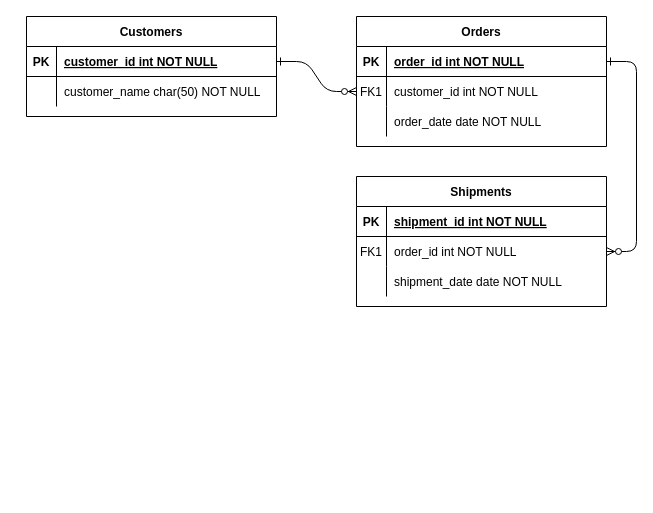
Above: Untitled Diagram.drawio in VadimBurdukov/itconstruct (draw.io), before the change. Source tidied: cells renumbered, new cells numbered last; positions are measured from the earlier drawing's top-left corner, leaving out a move shared by most shapes. Both pictures are drawn from the tidied source at 100%, with x=0, y=0 at pixel (26, 16).
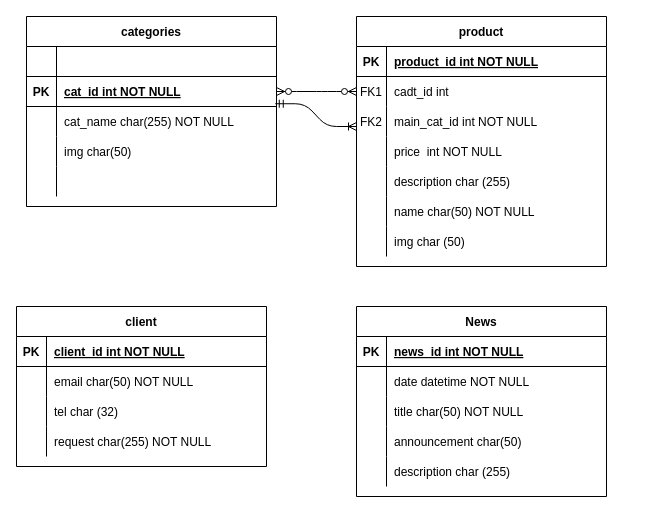
After the change.

Unchanged cells that the change refers to:
```xml
<mxCell id="5" style="shape=partialRectangle;fillColor=none;points=[[0,0.5],[1,0.5]];portConstraint=eastwest;top=0;left=0;right=0;bottom=1;" parent="4" vertex="1">
  <mxGeometry y="30" width="250" height="30" as="geometry" />
</mxCell>
<mxCell id="8" style="shape=partialRectangle;fillColor=none;points=[[0,0.5],[1,0.5]];portConstraint=eastwest;top=0;left=0;right=0;bottom=0;" parent="4" vertex="1">
  <mxGeometry y="60" width="250" height="30" as="geometry" />
</mxCell>
<mxCell id="11" style="shape=partialRectangle;fillColor=none;top=0;left=0;right=0;bottom=0;" parent="4" vertex="1">
  <mxGeometry y="90" width="250" height="30" as="geometry" />
</mxCell>
<mxCell id="15" style="shape=partialRectangle;fillColor=none;top=0;left=0;right=0;bottom=1;" parent="14" vertex="1">
  <mxGeometry y="30" width="250" height="30" as="geometry" />
</mxCell>
<mxCell id="18" style="shape=partialRectangle;fillColor=none;points=[[0,0.5],[1,0.5]];portConstraint=eastwest;top=0;left=0;right=0;bottom=0;" parent="14" vertex="1">
  <mxGeometry y="60" width="250" height="30" as="geometry" />
</mxCell>
<mxCell id="21" style="shape=partialRectangle;fillColor=none;top=0;left=0;right=0;bottom=0;" parent="14" vertex="1">
  <mxGeometry y="90" width="250" height="30" as="geometry" />
</mxCell>
```

Diff of the diagram source:
```diff
@@
-    <mxCell id="2" style="edgeStyle=entityRelationEdgeStyle;endArrow=ERzeroToMany;startArrow=ERone;endFill=1;startFill=0;" parent="1" edge="1" source="25" target="8">
-      <mxGeometry relative="1" as="geometry" />
-    </mxCell>
-    <mxCell id="3" style="edgeStyle=entityRelationEdgeStyle;endArrow=ERzeroToMany;startArrow=ERone;endFill=1;startFill=0;" parent="1" edge="1" source="5" target="18">
-      <mxGeometry relative="1" as="geometry" />
-    </mxCell>
-    <mxCell id="4" value="Orders" style="shape=table;startSize=30;childLayout=tableLayout;rowLines=0;fontStyle=1;align=center;" parent="1" vertex="1">
-      <mxGeometry x="330" width="250" height="130" as="geometry" />
+    <mxCell id="4" value="product" style="shape=table;startSize=30;childLayout=tableLayout;rowLines=0;fontStyle=1;align=center;" parent="1" vertex="1">
+      <mxGeometry x="330" width="250" height="250" as="geometry" />
     </mxCell>
@@
-    <mxCell id="7" value="order_id int NOT NULL " style="shape=partialRectangle;overflow=hidden;fillColor=none;top=0;left=0;bottom=0;right=0;align=left;spacingLeft=6;fontStyle=5;" parent="5" vertex="1">
+    <mxCell id="7" value="product_id int NOT NULL " style="shape=partialRectangle;overflow=hidden;fillColor=none;top=0;left=0;bottom=0;right=0;align=left;spacingLeft=6;fontStyle=5;" parent="5" vertex="1">
       <mxGeometry x="30" width="220" height="30" as="geometry" />
     </mxCell>
@@
-    <mxCell id="10" value="customer_id int NOT NULL" style="shape=partialRectangle;overflow=hidden;fillColor=none;top=0;left=0;bottom=0;right=0;align=left;spacingLeft=6;" parent="8" vertex="1">
+    <mxCell id="10" value="cadt_id int " style="shape=partialRectangle;overflow=hidden;fillColor=none;top=0;left=0;bottom=0;right=0;align=left;spacingLeft=6;" parent="8" vertex="1">
       <mxGeometry x="30" width="220" height="30" as="geometry" />
     </mxCell>
@@
-    <mxCell id="12" style="shape=partialRectangle;overflow=hidden;fillColor=none;top=0;left=0;bottom=0;right=0;" parent="11" vertex="1">
+    <mxCell id="12" value="FK2" style="shape=partialRectangle;overflow=hidden;fillColor=none;top=0;left=0;bottom=0;right=0;" parent="11" vertex="1">
       <mxGeometry width="30" height="30" as="geometry" />
     </mxCell>
-    <mxCell id="13" value="order_date date NOT NULL" style="shape=partialRectangle;overflow=hidden;fillColor=none;top=0;left=0;bottom=0;right=0;align=left;spacingLeft=6;" parent="11" vertex="1">
+    <mxCell id="13" value="main_cat_id int NOT NULL" style="shape=partialRectangle;overflow=hidden;fillColor=none;top=0;left=0;bottom=0;right=0;align=left;spacingLeft=6;" parent="11" vertex="1">
       <mxGeometry x="30" width="220" height="30" as="geometry" />
     </mxCell>
+    <mxCell id="31" style="shape=partialRectangle;fillColor=none;top=0;left=0;right=0;bottom=0;" parent="4" vertex="1">
+      <mxGeometry y="120" width="250" height="30" as="geometry" />
+    </mxCell>
+    <mxCell id="32" style="shape=partialRectangle;overflow=hidden;fillColor=none;top=0;left=0;bottom=0;right=0;" parent="31" vertex="1">
+      <mxGeometry width="30" height="30" as="geometry" />
+    </mxCell>
+    <mxCell id="33" value="price  int NOT NULL" style="shape=partialRectangle;overflow=hidden;fillColor=none;top=0;left=0;bottom=0;right=0;align=left;spacingLeft=6;" parent="31" vertex="1">
+      <mxGeometry x="30" width="220" height="30" as="geometry" />
+    </mxCell>
+    <mxCell id="34" style="shape=partialRectangle;fillColor=none;top=0;left=0;right=0;bottom=0;" parent="4" vertex="1">
+      <mxGeometry y="150" width="250" height="30" as="geometry" />
+    </mxCell>
+    <mxCell id="35" style="shape=partialRectangle;overflow=hidden;fillColor=none;top=0;left=0;bottom=0;right=0;" parent="34" vertex="1">
+      <mxGeometry width="30" height="30" as="geometry" />
+    </mxCell>
+    <mxCell id="36" value="description char (255)" style="shape=partialRectangle;overflow=hidden;fillColor=none;top=0;left=0;bottom=0;right=0;align=left;spacingLeft=6;" parent="34" vertex="1">
+      <mxGeometry x="30" width="220" height="30" as="geometry" />
+    </mxCell>
+    <mxCell id="37" style="shape=partialRectangle;fillColor=none;top=0;left=0;right=0;bottom=0;" parent="4" vertex="1">
+      <mxGeometry y="180" width="250" height="30" as="geometry" />
+    </mxCell>
+    <mxCell id="38" style="shape=partialRectangle;overflow=hidden;fillColor=none;top=0;left=0;bottom=0;right=0;" parent="37" vertex="1">
+      <mxGeometry width="30" height="30" as="geometry" />
+    </mxCell>
+    <mxCell id="39" value="name char(50) NOT NULL" style="shape=partialRectangle;overflow=hidden;fillColor=none;top=0;left=0;bottom=0;right=0;align=left;spacingLeft=6;" parent="37" vertex="1">
+      <mxGeometry x="30" width="220" height="30" as="geometry" />
+    </mxCell>
+    <mxCell id="40" style="shape=partialRectangle;fillColor=none;top=0;left=0;right=0;bottom=0;" parent="4" vertex="1">
+      <mxGeometry y="210" width="250" height="30" as="geometry" />
+    </mxCell>
+    <mxCell id="41" style="shape=partialRectangle;overflow=hidden;fillColor=none;top=0;left=0;bottom=0;right=0;" parent="40" vertex="1">
+      <mxGeometry width="30" height="30" as="geometry" />
+    </mxCell>
+    <mxCell id="42" value="img char (50)" style="shape=partialRectangle;overflow=hidden;fillColor=none;top=0;left=0;bottom=0;right=0;align=left;spacingLeft=6;" parent="40" vertex="1">
+      <mxGeometry x="30" width="220" height="30" as="geometry" />
+    </mxCell>
+    <mxCell id="24" value="categories" style="shape=table;startSize=30;childLayout=tableLayout;rowLines=0;fontStyle=1;align=center;" parent="1" vertex="1">
+      <mxGeometry width="250" height="190" as="geometry" />
+    </mxCell>
+    <mxCell id="43" style="shape=partialRectangle;fillColor=none;top=0;left=0;right=0;bottom=1;" parent="24" vertex="1">
+      <mxGeometry y="30" width="250" height="30" as="geometry" />
+    </mxCell>
+    <mxCell id="44" style="shape=partialRectangle;overflow=hidden;fillColor=none;top=0;left=0;bottom=0;right=0;fontStyle=1;" parent="43" vertex="1">
+      <mxGeometry width="30" height="30" as="geometry" />
+    </mxCell>
+    <mxCell id="45" style="shape=partialRectangle;overflow=hidden;fillColor=none;top=0;left=0;bottom=0;right=0;align=left;spacingLeft=6;fontStyle=5;" parent="43" vertex="1">
+      <mxGeometry x="30" width="220" height="30" as="geometry" />
+    </mxCell>
+    <mxCell id="25" style="shape=partialRectangle;fillColor=none;points=[[0,0.5],[1,0.5]];portConstraint=eastwest;top=0;left=0;right=0;bottom=1;" parent="24" vertex="1">
+      <mxGeometry y="60" width="250" height="30" as="geometry" />
+    </mxCell>
+    <mxCell id="26" value="PK" style="shape=partialRectangle;overflow=hidden;fillColor=none;top=0;left=0;bottom=0;right=0;fontStyle=1;" parent="25" vertex="1">
+      <mxGeometry width="30" height="30" as="geometry" />
+    </mxCell>
+    <mxCell id="27" value="cat_id int NOT NULL " style="shape=partialRectangle;overflow=hidden;fillColor=none;top=0;left=0;bottom=0;right=0;align=left;spacingLeft=6;fontStyle=5;" parent="25" vertex="1">
+      <mxGeometry x="30" width="220" height="30" as="geometry" />
+    </mxCell>
+    <mxCell id="28" style="shape=partialRectangle;fillColor=none;points=[[0,0.5],[1,0.5]];portConstraint=eastwest;top=0;left=0;right=0;bottom=0;" parent="24" vertex="1">
+      <mxGeometry y="90" width="250" height="30" as="geometry" />
+    </mxCell>
+    <mxCell id="29" style="shape=partialRectangle;overflow=hidden;fillColor=none;top=0;left=0;bottom=0;right=0;" parent="28" vertex="1">
+      <mxGeometry width="30" height="30" as="geometry" />
+    </mxCell>
+    <mxCell id="30" value="cat_name char(255) NOT NULL" style="shape=partialRectangle;overflow=hidden;fillColor=none;top=0;left=0;bottom=0;right=0;align=left;spacingLeft=6;" parent="28" vertex="1">
+      <mxGeometry x="30" width="220" height="30" as="geometry" />
+    </mxCell>
+    <mxCell id="46" style="shape=partialRectangle;fillColor=none;top=0;left=0;right=0;bottom=0;" parent="24" vertex="1">
+      <mxGeometry y="120" width="250" height="30" as="geometry" />
+    </mxCell>
+    <mxCell id="47" style="shape=partialRectangle;overflow=hidden;fillColor=none;top=0;left=0;bottom=0;right=0;" parent="46" vertex="1">
+      <mxGeometry width="30" height="30" as="geometry" />
+    </mxCell>
+    <mxCell id="48" value="img char(50)" style="shape=partialRectangle;overflow=hidden;fillColor=none;top=0;left=0;bottom=0;right=0;align=left;spacingLeft=6;" parent="46" vertex="1">
+      <mxGeometry x="30" width="220" height="30" as="geometry" />
+    </mxCell>
+    <mxCell id="49" style="shape=partialRectangle;fillColor=none;top=0;left=0;right=0;bottom=0;" parent="24" vertex="1">
+      <mxGeometry y="150" width="250" height="30" as="geometry" />
+    </mxCell>
+    <mxCell id="50" style="shape=partialRectangle;overflow=hidden;fillColor=none;top=0;left=0;bottom=0;right=0;" parent="49" vertex="1">
+      <mxGeometry width="30" height="30" as="geometry" />
+    </mxCell>
+    <mxCell id="51" style="shape=partialRectangle;overflow=hidden;fillColor=none;top=0;left=0;bottom=0;right=0;align=left;spacingLeft=6;" parent="49" vertex="1">
+      <mxGeometry x="30" width="220" height="30" as="geometry" />
+    </mxCell>
+    <mxCell id="2" style="edgeStyle=entityRelationEdgeStyle;fontSize=12;html=1;endArrow=ERzeroToMany;endFill=1;startArrow=ERzeroToMany;entryX=0;entryY=0.5;entryDx=0;entryDy=0;exitX=1;exitY=0.5;exitDx=0;exitDy=0;" parent="1" edge="1" source="25" target="8">
+      <mxGeometry relative="1" as="geometry" />
+    </mxCell>
+    <mxCell id="52" style="edgeStyle=entityRelationEdgeStyle;fontSize=12;html=1;endArrow=ERoneToMany;startArrow=ERmandOne;exitX=0.995;exitY=-0.092;exitDx=0;exitDy=0;exitPerimeter=0;" parent="1" edge="1" source="28">
+      <mxGeometry relative="1" as="geometry">
+        <mxPoint x="330" y="110" as="targetPoint" />
+      </mxGeometry>
+    </mxCell>
-    <mxCell id="14" value="Shipments" style="shape=table;startSize=30;childLayout=tableLayout;rowLines=0;fontStyle=1;align=center;" parent="1" vertex="1">
-      <mxGeometry x="330" y="160" width="250" height="130" as="geometry" />
+    <mxCell id="14" value="News" style="shape=table;startSize=30;childLayout=tableLayout;rowLines=0;fontStyle=1;align=center;" parent="1" vertex="1">
+      <mxGeometry x="330" y="290" width="250" height="190" as="geometry" />
     </mxCell>
@@
-    <mxCell id="17" value="shipment_id int NOT NULL " style="shape=partialRectangle;overflow=hidden;fillColor=none;top=0;left=0;bottom=0;right=0;align=left;spacingLeft=6;fontStyle=5;" parent="15" vertex="1">
+    <mxCell id="17" value="news_id int NOT NULL " style="shape=partialRectangle;overflow=hidden;fillColor=none;top=0;left=0;bottom=0;right=0;align=left;spacingLeft=6;fontStyle=5;" parent="15" vertex="1">
       <mxGeometry x="30" width="220" height="30" as="geometry" />
     </mxCell>
@@
-    <mxCell id="19" value="FK1" style="shape=partialRectangle;overflow=hidden;fillColor=none;top=0;left=0;bottom=0;right=0;" parent="18" vertex="1">
+    <mxCell id="19" style="shape=partialRectangle;overflow=hidden;fillColor=none;top=0;left=0;bottom=0;right=0;" parent="18" vertex="1">
       <mxGeometry width="30" height="30" as="geometry" />
     </mxCell>
-    <mxCell id="20" value="order_id int NOT NULL" style="shape=partialRectangle;overflow=hidden;fillColor=none;top=0;left=0;bottom=0;right=0;align=left;spacingLeft=6;" parent="18" vertex="1">
+    <mxCell id="20" value="date datetime NOT NULL" style="shape=partialRectangle;overflow=hidden;fillColor=none;top=0;left=0;bottom=0;right=0;align=left;spacingLeft=6;" parent="18" vertex="1">
       <mxGeometry x="30" width="220" height="30" as="geometry" />
     </mxCell>
@@
-    <mxCell id="23" value="shipment_date date NOT NULL" style="shape=partialRectangle;overflow=hidden;fillColor=none;top=0;left=0;bottom=0;right=0;align=left;spacingLeft=6;" parent="21" vertex="1">
+    <mxCell id="23" value="title char(50) NOT NULL" style="shape=partialRectangle;overflow=hidden;fillColor=none;top=0;left=0;bottom=0;right=0;align=left;spacingLeft=6;" parent="21" vertex="1">
       <mxGeometry x="30" width="220" height="30" as="geometry" />
     </mxCell>
-    <mxCell id="24" value="Customers" style="shape=table;startSize=30;childLayout=tableLayout;rowLines=0;fontStyle=1;align=center;" parent="1" vertex="1">
-      <mxGeometry width="250" height="100" as="geometry" />
-    </mxCell>
-    <mxCell id="25" style="shape=partialRectangle;fillColor=none;points=[[0,0.5],[1,0.5]];portConstraint=eastwest;top=0;left=0;right=0;bottom=1;" parent="24" vertex="1">
-      <mxGeometry y="30" width="250" height="30" as="geometry" />
-    </mxCell>
-    <mxCell id="26" value="PK" style="shape=partialRectangle;overflow=hidden;fillColor=none;top=0;left=0;bottom=0;right=0;fontStyle=1;" parent="25" vertex="1">
-      <mxGeometry width="30" height="30" as="geometry" />
-    </mxCell>
-    <mxCell id="27" value="customer_id int NOT NULL " style="shape=partialRectangle;overflow=hidden;fillColor=none;top=0;left=0;bottom=0;right=0;align=left;spacingLeft=6;fontStyle=5;" parent="25" vertex="1">
-      <mxGeometry x="30" width="220" height="30" as="geometry" />
-    </mxCell>
-    <mxCell id="28" style="shape=partialRectangle;fillColor=none;points=[[0,0.5],[1,0.5]];portConstraint=eastwest;top=0;left=0;right=0;bottom=0;" parent="24" vertex="1">
-      <mxGeometry y="60" width="250" height="30" as="geometry" />
-    </mxCell>
-    <mxCell id="29" style="shape=partialRectangle;overflow=hidden;fillColor=none;top=0;left=0;bottom=0;right=0;" parent="28" vertex="1">
-      <mxGeometry width="30" height="30" as="geometry" />
-    </mxCell>
-    <mxCell id="30" value="customer_name char(50) NOT NULL" style="shape=partialRectangle;overflow=hidden;fillColor=none;top=0;left=0;bottom=0;right=0;align=left;spacingLeft=6;" parent="28" vertex="1">
-      <mxGeometry x="30" width="220" height="30" as="geometry" />
-    </mxCell>
+    <mxCell id="53" style="shape=partialRectangle;fillColor=none;top=0;left=0;right=0;bottom=0;" parent="14" vertex="1">
+      <mxGeometry y="120" width="250" height="30" as="geometry" />
+    </mxCell>
+    <mxCell id="54" style="shape=partialRectangle;overflow=hidden;fillColor=none;top=0;left=0;bottom=0;right=0;" parent="53" vertex="1">
+      <mxGeometry width="30" height="30" as="geometry" />
+    </mxCell>
+    <mxCell id="55" value="announcement char(50)" style="shape=partialRectangle;overflow=hidden;fillColor=none;top=0;left=0;bottom=0;right=0;align=left;spacingLeft=6;" parent="53" vertex="1">
+      <mxGeometry x="30" width="220" height="30" as="geometry" />
+    </mxCell>
+    <mxCell id="56" style="shape=partialRectangle;fillColor=none;top=0;left=0;right=0;bottom=0;" parent="14" vertex="1">
+      <mxGeometry y="150" width="250" height="30" as="geometry" />
+    </mxCell>
+    <mxCell id="57" style="shape=partialRectangle;overflow=hidden;fillColor=none;top=0;left=0;bottom=0;right=0;" parent="56" vertex="1">
+      <mxGeometry width="30" height="30" as="geometry" />
+    </mxCell>
+    <mxCell id="58" value="description char (255)" style="shape=partialRectangle;overflow=hidden;fillColor=none;top=0;left=0;bottom=0;right=0;align=left;spacingLeft=6;" parent="56" vertex="1">
+      <mxGeometry x="30" width="220" height="30" as="geometry" />
+    </mxCell>
+    <mxCell id="59" value="client" style="shape=table;startSize=30;childLayout=tableLayout;rowLines=0;fontStyle=1;align=center;" parent="1" vertex="1">
+      <mxGeometry x="-10" y="290" width="250" height="160" as="geometry" />
+    </mxCell>
+    <mxCell id="60" style="shape=partialRectangle;fillColor=none;top=0;left=0;right=0;bottom=1;" parent="59" vertex="1">
+      <mxGeometry y="30" width="250" height="30" as="geometry" />
+    </mxCell>
+    <mxCell id="61" value="PK" style="shape=partialRectangle;overflow=hidden;fillColor=none;top=0;left=0;bottom=0;right=0;fontStyle=1;" parent="60" vertex="1">
+      <mxGeometry width="30" height="30" as="geometry" />
+    </mxCell>
+    <mxCell id="62" value="client_id int NOT NULL " style="shape=partialRectangle;overflow=hidden;fillColor=none;top=0;left=0;bottom=0;right=0;align=left;spacingLeft=6;fontStyle=5;" parent="60" vertex="1">
+      <mxGeometry x="30" width="220" height="30" as="geometry" />
+    </mxCell>
+    <mxCell id="63" style="shape=partialRectangle;fillColor=none;top=0;left=0;right=0;bottom=0;" parent="59" vertex="1">
+      <mxGeometry y="60" width="250" height="30" as="geometry" />
+    </mxCell>
+    <mxCell id="64" style="shape=partialRectangle;overflow=hidden;fillColor=none;top=0;left=0;bottom=0;right=0;" parent="63" vertex="1">
+      <mxGeometry width="30" height="30" as="geometry" />
+    </mxCell>
+    <mxCell id="65" value="email char(50) NOT NULL" style="shape=partialRectangle;overflow=hidden;fillColor=none;top=0;left=0;bottom=0;right=0;align=left;spacingLeft=6;" parent="63" vertex="1">
+      <mxGeometry x="30" width="220" height="30" as="geometry" />
+    </mxCell>
+    <mxCell id="66" style="shape=partialRectangle;fillColor=none;top=0;left=0;right=0;bottom=0;" parent="59" vertex="1">
+      <mxGeometry y="90" width="250" height="30" as="geometry" />
+    </mxCell>
+    <mxCell id="67" style="shape=partialRectangle;overflow=hidden;fillColor=none;top=0;left=0;bottom=0;right=0;" parent="66" vertex="1">
+      <mxGeometry width="30" height="30" as="geometry" />
+    </mxCell>
+    <mxCell id="68" value="tel char (32) " style="shape=partialRectangle;overflow=hidden;fillColor=none;top=0;left=0;bottom=0;right=0;align=left;spacingLeft=6;" parent="66" vertex="1">
+      <mxGeometry x="30" width="220" height="30" as="geometry" />
+    </mxCell>
+    <mxCell id="69" style="shape=partialRectangle;fillColor=none;top=0;left=0;right=0;bottom=0;" parent="59" vertex="1">
+      <mxGeometry y="120" width="250" height="30" as="geometry" />
+    </mxCell>
+    <mxCell id="70" style="shape=partialRectangle;overflow=hidden;fillColor=none;top=0;left=0;bottom=0;right=0;" parent="69" vertex="1">
+      <mxGeometry width="30" height="30" as="geometry" />
+    </mxCell>
+    <mxCell id="71" value="request char(255) NOT NULL" style="shape=partialRectangle;overflow=hidden;fillColor=none;top=0;left=0;bottom=0;right=0;align=left;spacingLeft=6;" parent="69" vertex="1">
+      <mxGeometry x="30" width="220" height="30" as="geometry" />
+    </mxCell>
```
